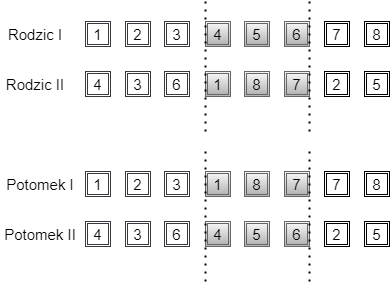
KamilLetowski/mgr keeps this draw.io diagram as grafika/krzyzowanie1.png. Above is the earlier version. Source tidied: cells renumbered, new cells last; positions are measured from the earlier drawing's top-left corner, leaving out a move shared by most shapes.
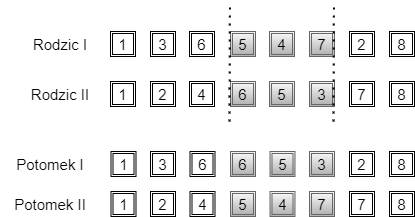
The same file after the commit.

Change to the diagram source:
```diff
@@ -5,134 +5,128 @@
     <mxCell id="2" value="&lt;span style=&quot;font-size: 15px&quot;&gt;8&lt;/span&gt;" style="shape=ext;double=1;rounded=0;whiteSpace=wrap;html=1;" parent="1" vertex="1">
       <mxGeometry x="364" y="20" width="25" height="25" as="geometry" />
     </mxCell>
-    <mxCell id="3" value="&lt;span style=&quot;font-size: 15px&quot;&gt;7&lt;/span&gt;" style="shape=ext;double=1;rounded=0;whiteSpace=wrap;html=1;" parent="1" vertex="1">
-      <mxGeometry x="324" y="20" width="25" height="25" as="geometry" />
-    </mxCell>
-    <mxCell id="4" value="&lt;span style=&quot;font-size: 15px&quot;&gt;1&lt;/span&gt;" style="shape=ext;double=1;rounded=0;whiteSpace=wrap;html=1;strokeColor=#36393d;fillColor=#FFFFFF;" parent="1" vertex="1">
-      <mxGeometry x="85" y="20" width="25" height="25" as="geometry" />
-    </mxCell>
-    <mxCell id="5" value="&lt;span style=&quot;font-size: 15px&quot;&gt;2&lt;/span&gt;" style="shape=ext;double=1;rounded=0;whiteSpace=wrap;html=1;strokeColor=#36393d;fillColor=#FFFFFF;" parent="1" vertex="1">
-      <mxGeometry x="125" y="20" width="25" height="25" as="geometry" />
-    </mxCell>
-    <mxCell id="6" value="&lt;span style=&quot;font-size: 15px&quot;&gt;3&lt;/span&gt;" style="shape=ext;double=1;rounded=0;whiteSpace=wrap;html=1;strokeColor=#36393d;fillColor=#FFFFFF;" parent="1" vertex="1">
-      <mxGeometry x="164" y="20" width="25" height="25" as="geometry" />
-    </mxCell>
-    <mxCell id="7" value="&lt;span style=&quot;font-size: 15px&quot;&gt;4&lt;/span&gt;" style="shape=ext;double=1;rounded=0;whiteSpace=wrap;html=1;strokeColor=#666666;fillColor=#f5f5f5;gradientColor=#b3b3b3;" parent="1" vertex="1">
-      <mxGeometry x="205" y="20" width="25" height="25" as="geometry" />
-    </mxCell>
-    <mxCell id="8" value="&lt;span style=&quot;font-size: 15px&quot;&gt;5&lt;/span&gt;" style="shape=ext;double=1;rounded=0;whiteSpace=wrap;html=1;strokeColor=#666666;fillColor=#f5f5f5;gradientColor=#b3b3b3;" parent="1" vertex="1">
-      <mxGeometry x="244" y="20" width="25" height="25" as="geometry" />
-    </mxCell>
-    <mxCell id="9" value="&lt;span style=&quot;font-size: 15px&quot;&gt;6&lt;/span&gt;" style="shape=ext;double=1;rounded=0;whiteSpace=wrap;html=1;strokeColor=#666666;fillColor=#f5f5f5;gradientColor=#b3b3b3;" parent="1" vertex="1">
-      <mxGeometry x="284" y="20" width="25" height="25" as="geometry" />
-    </mxCell>
-    <mxCell id="10" value="&lt;span style=&quot;font-size: 15px&quot;&gt;5&lt;/span&gt;" style="shape=ext;double=1;rounded=0;whiteSpace=wrap;html=1;" parent="1" vertex="1">
-      <mxGeometry x="364" y="70" width="25" height="25" as="geometry" />
-    </mxCell>
-    <mxCell id="11" value="&lt;span style=&quot;font-size: 15px&quot;&gt;2&lt;/span&gt;" style="shape=ext;double=1;rounded=0;whiteSpace=wrap;html=1;" parent="1" vertex="1">
-      <mxGeometry x="324" y="70" width="25" height="25" as="geometry" />
-    </mxCell>
-    <mxCell id="12" value="&lt;span style=&quot;font-size: 15px&quot;&gt;4&lt;/span&gt;" style="shape=ext;double=1;rounded=0;whiteSpace=wrap;html=1;strokeColor=#36393d;fillColor=#FFFFFF;" parent="1" vertex="1">
-      <mxGeometry x="85" y="70" width="25" height="25" as="geometry" />
-    </mxCell>
-    <mxCell id="13" value="&lt;span style=&quot;font-size: 15px&quot;&gt;3&lt;/span&gt;" style="shape=ext;double=1;rounded=0;whiteSpace=wrap;html=1;strokeColor=#36393d;fillColor=#FFFFFF;" parent="1" vertex="1">
-      <mxGeometry x="125" y="70" width="25" height="25" as="geometry" />
-    </mxCell>
-    <mxCell id="14" value="&lt;span style=&quot;font-size: 15px&quot;&gt;6&lt;/span&gt;" style="shape=ext;double=1;rounded=0;whiteSpace=wrap;html=1;strokeColor=#36393d;fillColor=#FFFFFF;" parent="1" vertex="1">
-      <mxGeometry x="164" y="70" width="25" height="25" as="geometry" />
-    </mxCell>
-    <mxCell id="15" value="&lt;span style=&quot;font-size: 15px&quot;&gt;1&lt;/span&gt;" style="shape=ext;double=1;rounded=0;whiteSpace=wrap;html=1;strokeColor=#666666;fillColor=#f5f5f5;gradientColor=#b3b3b3;" parent="1" vertex="1">
-      <mxGeometry x="205" y="70" width="25" height="25" as="geometry" />
-    </mxCell>
-    <mxCell id="16" value="&lt;span style=&quot;font-size: 15px&quot;&gt;8&lt;/span&gt;" style="shape=ext;double=1;rounded=0;whiteSpace=wrap;html=1;strokeColor=#666666;fillColor=#f5f5f5;gradientColor=#b3b3b3;" parent="1" vertex="1">
-      <mxGeometry x="244" y="70" width="25" height="25" as="geometry" />
-    </mxCell>
-    <mxCell id="17" value="&lt;span style=&quot;font-size: 15px&quot;&gt;7&lt;/span&gt;" style="shape=ext;double=1;rounded=0;whiteSpace=wrap;html=1;strokeColor=#666666;fillColor=#f5f5f5;gradientColor=#b3b3b3;" parent="1" vertex="1">
-      <mxGeometry x="284" y="70" width="25" height="25" as="geometry" />
-    </mxCell>
-    <mxCell id="18" style="endArrow=none;dashed=1;html=1;dashPattern=1 3;strokeWidth=2;" parent="1" edge="1">
-      <mxGeometry relative="1" as="geometry">
-        <mxPoint x="205" y="130" as="sourcePoint" />
-        <mxPoint x="205" as="targetPoint" />
-      </mxGeometry>
-    </mxCell>
-    <mxCell id="19" style="endArrow=none;dashed=1;html=1;dashPattern=1 3;strokeWidth=2;" parent="1" edge="1">
-      <mxGeometry relative="1" as="geometry">
-        <mxPoint x="309" y="130" as="sourcePoint" />
-        <mxPoint x="309" as="targetPoint" />
-      </mxGeometry>
-    </mxCell>
+    <mxCell id="42" value="&lt;span style=&quot;font-size: 15px&quot;&gt;2&lt;/span&gt;" style="shape=ext;double=1;rounded=0;whiteSpace=wrap;html=1;" parent="1" vertex="1">
+      <mxGeometry x="324" y="20" width="25" height="25" as="geometry" />
+    </mxCell>
+    <mxCell id="43" value="&lt;span style=&quot;font-size: 15px&quot;&gt;1&lt;/span&gt;" style="shape=ext;double=1;rounded=0;whiteSpace=wrap;html=1;fillColor=none;" parent="1" vertex="1">
+      <mxGeometry x="85" y="20" width="25" height="25" as="geometry" />
+    </mxCell>
+    <mxCell id="44" value="&lt;span style=&quot;font-size: 15px&quot;&gt;3&lt;/span&gt;" style="shape=ext;double=1;rounded=0;whiteSpace=wrap;html=1;" parent="1" vertex="1">
+      <mxGeometry x="125" y="20" width="25" height="25" as="geometry" />
+    </mxCell>
+    <mxCell id="45" value="&lt;span style=&quot;font-size: 15px&quot;&gt;6&lt;/span&gt;" style="shape=ext;double=1;rounded=0;whiteSpace=wrap;html=1;" parent="1" vertex="1">
+      <mxGeometry x="164" y="20" width="25" height="25" as="geometry" />
+    </mxCell>
+    <mxCell id="46" value="&lt;span style=&quot;font-size: 15px&quot;&gt;5&lt;/span&gt;" style="shape=ext;double=1;rounded=0;whiteSpace=wrap;html=1;gradientColor=#b3b3b3;fillColor=#f5f5f5;strokeColor=#666666;" parent="1" vertex="1">
+      <mxGeometry x="205" y="20" width="25" height="25" as="geometry" />
+    </mxCell>
+    <mxCell id="47" value="&lt;span style=&quot;font-size: 15px&quot;&gt;4&lt;/span&gt;" style="shape=ext;double=1;rounded=0;whiteSpace=wrap;html=1;gradientColor=#b3b3b3;fillColor=#f5f5f5;strokeColor=#666666;" parent="1" vertex="1">
+      <mxGeometry x="244" y="20" width="25" height="25" as="geometry" />
+    </mxCell>
+    <mxCell id="48" value="&lt;span style=&quot;font-size: 15px&quot;&gt;8&lt;/span&gt;" style="shape=ext;double=1;rounded=0;whiteSpace=wrap;html=1;" parent="1" vertex="1">
+      <mxGeometry x="364" y="70" width="25" height="25" as="geometry" />
+    </mxCell>
+    <mxCell id="49" value="&lt;span style=&quot;font-size: 15px&quot;&gt;7&lt;/span&gt;" style="shape=ext;double=1;rounded=0;whiteSpace=wrap;html=1;" parent="1" vertex="1">
+      <mxGeometry x="324" y="70" width="25" height="25" as="geometry" />
+    </mxCell>
+    <mxCell id="50" value="&lt;span style=&quot;font-size: 15px&quot;&gt;1&lt;/span&gt;" style="shape=ext;double=1;rounded=0;whiteSpace=wrap;html=1;" parent="1" vertex="1">
+      <mxGeometry x="85" y="70" width="25" height="25" as="geometry" />
+    </mxCell>
+    <mxCell id="51" value="&lt;span style=&quot;font-size: 15px&quot;&gt;2&lt;/span&gt;" style="shape=ext;double=1;rounded=0;whiteSpace=wrap;html=1;strokeColor=#36393d;fillColor=#FFFFFF;" parent="1" vertex="1">
+      <mxGeometry x="125" y="70" width="25" height="25" as="geometry" />
+    </mxCell>
+    <mxCell id="52" value="&lt;span style=&quot;font-size: 15px&quot;&gt;4&lt;/span&gt;" style="shape=ext;double=1;rounded=0;whiteSpace=wrap;html=1;" parent="1" vertex="1">
+      <mxGeometry x="164" y="70" width="25" height="25" as="geometry" />
+    </mxCell>
+    <mxCell id="53" value="&lt;span style=&quot;font-size: 15px&quot;&gt;6&lt;/span&gt;" style="shape=ext;double=1;rounded=0;whiteSpace=wrap;html=1;gradientColor=#b3b3b3;fillColor=#f5f5f5;strokeColor=#666666;" parent="1" vertex="1">
+      <mxGeometry x="205" y="70" width="25" height="25" as="geometry" />
+    </mxCell>
+    <mxCell id="54" value="&lt;span style=&quot;font-size: 15px&quot;&gt;5&lt;/span&gt;" style="shape=ext;double=1;rounded=0;whiteSpace=wrap;html=1;gradientColor=#b3b3b3;fillColor=#f5f5f5;strokeColor=#666666;" parent="1" vertex="1">
+      <mxGeometry x="244" y="70" width="25" height="25" as="geometry" />
+    </mxCell>
+    <mxCell id="55" value="&lt;span style=&quot;font-size: 15px&quot;&gt;3&lt;/span&gt;" style="shape=ext;double=1;rounded=0;whiteSpace=wrap;html=1;" parent="1" vertex="1">
+      <mxGeometry x="284" y="70" width="25" height="25" as="geometry" />
+    </mxCell>
     <mxCell id="20" value="&lt;font style=&quot;font-size: 15px&quot;&gt;Rodzic I&lt;/font&gt;" style="text;html=1;strokeColor=none;fillColor=none;align=center;verticalAlign=middle;whiteSpace=wrap;rounded=0;" parent="1" vertex="1">
       <mxGeometry y="22.5" width="70" height="20" as="geometry" />
     </mxCell>
     <mxCell id="21" value="&lt;font style=&quot;font-size: 15px&quot;&gt;Rodzic II&lt;/font&gt;" style="text;html=1;strokeColor=none;fillColor=none;align=center;verticalAlign=middle;whiteSpace=wrap;rounded=0;" parent="1" vertex="1">
       <mxGeometry y="72.5" width="70" height="20" as="geometry" />
     </mxCell>
-    <mxCell id="22" value="&lt;span style=&quot;font-size: 15px&quot;&gt;8&lt;/span&gt;" style="shape=ext;double=1;rounded=0;whiteSpace=wrap;html=1;" parent="1" vertex="1">
-      <mxGeometry x="364" y="170" width="25" height="25" as="geometry" />
-    </mxCell>
-    <mxCell id="23" value="&lt;span style=&quot;font-size: 15px&quot;&gt;7&lt;/span&gt;" style="shape=ext;double=1;rounded=0;whiteSpace=wrap;html=1;" parent="1" vertex="1">
-      <mxGeometry x="324" y="170" width="25" height="25" as="geometry" />
-    </mxCell>
-    <mxCell id="24" value="&lt;span style=&quot;font-size: 15px&quot;&gt;1&lt;/span&gt;" style="shape=ext;double=1;rounded=0;whiteSpace=wrap;html=1;strokeColor=#36393d;fillColor=#FFFFFF;" parent="1" vertex="1">
-      <mxGeometry x="85" y="170" width="25" height="25" as="geometry" />
-    </mxCell>
-    <mxCell id="25" value="&lt;span style=&quot;font-size: 15px&quot;&gt;2&lt;/span&gt;" style="shape=ext;double=1;rounded=0;whiteSpace=wrap;html=1;strokeColor=#36393d;fillColor=#FFFFFF;" parent="1" vertex="1">
-      <mxGeometry x="125" y="170" width="25" height="25" as="geometry" />
-    </mxCell>
-    <mxCell id="26" value="&lt;span style=&quot;font-size: 15px&quot;&gt;3&lt;/span&gt;" style="shape=ext;double=1;rounded=0;whiteSpace=wrap;html=1;strokeColor=#36393d;fillColor=#FFFFFF;" parent="1" vertex="1">
-      <mxGeometry x="164" y="170" width="25" height="25" as="geometry" />
-    </mxCell>
-    <mxCell id="27" value="&lt;span style=&quot;font-size: 15px&quot;&gt;1&lt;/span&gt;" style="shape=ext;double=1;rounded=0;whiteSpace=wrap;html=1;strokeColor=#666666;fillColor=#f5f5f5;gradientColor=#b3b3b3;" parent="1" vertex="1">
-      <mxGeometry x="205" y="170" width="25" height="25" as="geometry" />
-    </mxCell>
-    <mxCell id="28" value="&lt;span style=&quot;font-size: 15px&quot;&gt;8&lt;/span&gt;" style="shape=ext;double=1;rounded=0;whiteSpace=wrap;html=1;strokeColor=#666666;fillColor=#f5f5f5;gradientColor=#b3b3b3;" parent="1" vertex="1">
-      <mxGeometry x="244" y="170" width="25" height="25" as="geometry" />
-    </mxCell>
-    <mxCell id="29" value="&lt;span style=&quot;font-size: 15px&quot;&gt;7&lt;/span&gt;" style="shape=ext;double=1;rounded=0;whiteSpace=wrap;html=1;strokeColor=#666666;fillColor=#f5f5f5;gradientColor=#b3b3b3;" parent="1" vertex="1">
-      <mxGeometry x="284" y="170" width="25" height="25" as="geometry" />
-    </mxCell>
-    <mxCell id="30" value="&lt;span style=&quot;font-size: 15px&quot;&gt;5&lt;/span&gt;" style="shape=ext;double=1;rounded=0;whiteSpace=wrap;html=1;" parent="1" vertex="1">
-      <mxGeometry x="364" y="220" width="25" height="25" as="geometry" />
-    </mxCell>
-    <mxCell id="31" value="&lt;span style=&quot;font-size: 15px&quot;&gt;2&lt;/span&gt;" style="shape=ext;double=1;rounded=0;whiteSpace=wrap;html=1;" parent="1" vertex="1">
-      <mxGeometry x="324" y="220" width="25" height="25" as="geometry" />
-    </mxCell>
-    <mxCell id="32" value="&lt;span style=&quot;font-size: 15px&quot;&gt;4&lt;/span&gt;" style="shape=ext;double=1;rounded=0;whiteSpace=wrap;html=1;strokeColor=#36393d;fillColor=#FFFFFF;" parent="1" vertex="1">
-      <mxGeometry x="85" y="220" width="25" height="25" as="geometry" />
-    </mxCell>
-    <mxCell id="33" value="&lt;span style=&quot;font-size: 15px&quot;&gt;3&lt;/span&gt;" style="shape=ext;double=1;rounded=0;whiteSpace=wrap;html=1;strokeColor=#36393d;fillColor=#FFFFFF;" parent="1" vertex="1">
-      <mxGeometry x="125" y="220" width="25" height="25" as="geometry" />
-    </mxCell>
-    <mxCell id="34" value="&lt;span style=&quot;font-size: 15px&quot;&gt;6&lt;/span&gt;" style="shape=ext;double=1;rounded=0;whiteSpace=wrap;html=1;strokeColor=#36393d;fillColor=#FFFFFF;" parent="1" vertex="1">
-      <mxGeometry x="164" y="220" width="25" height="25" as="geometry" />
-    </mxCell>
-    <mxCell id="35" value="&lt;span style=&quot;font-size: 15px&quot;&gt;4&lt;/span&gt;" style="shape=ext;double=1;rounded=0;whiteSpace=wrap;html=1;strokeColor=#666666;fillColor=#f5f5f5;gradientColor=#b3b3b3;" parent="1" vertex="1">
-      <mxGeometry x="205" y="220" width="25" height="25" as="geometry" />
-    </mxCell>
-    <mxCell id="36" value="&lt;span style=&quot;font-size: 15px&quot;&gt;5&lt;/span&gt;" style="shape=ext;double=1;rounded=0;whiteSpace=wrap;html=1;strokeColor=#666666;fillColor=#f5f5f5;gradientColor=#b3b3b3;" parent="1" vertex="1">
-      <mxGeometry x="244" y="220" width="25" height="25" as="geometry" />
-    </mxCell>
-    <mxCell id="37" value="&lt;span style=&quot;font-size: 15px&quot;&gt;6&lt;/span&gt;" style="shape=ext;double=1;rounded=0;whiteSpace=wrap;html=1;strokeColor=#666666;fillColor=#f5f5f5;gradientColor=#b3b3b3;" parent="1" vertex="1">
-      <mxGeometry x="284" y="220" width="25" height="25" as="geometry" />
-    </mxCell>
-    <mxCell id="38" style="endArrow=none;dashed=1;html=1;dashPattern=1 3;strokeWidth=2;" parent="1" edge="1">
-      <mxGeometry relative="1" as="geometry">
-        <mxPoint x="205" y="280" as="sourcePoint" />
-        <mxPoint x="205" y="150" as="targetPoint" />
-      </mxGeometry>
-    </mxCell>
-    <mxCell id="39" style="endArrow=none;dashed=1;html=1;dashPattern=1 3;strokeWidth=2;" parent="1" edge="1">
-      <mxGeometry relative="1" as="geometry">
-        <mxPoint x="309" y="280" as="sourcePoint" />
-        <mxPoint x="309" y="150" as="targetPoint" />
-      </mxGeometry>
-    </mxCell>
+    <mxCell id="56" value="&lt;span style=&quot;font-size: 15px&quot;&gt;2&lt;/span&gt;" style="shape=ext;double=1;rounded=0;whiteSpace=wrap;html=1;" parent="1" vertex="1">
+      <mxGeometry x="125" y="70" width="25" height="25" as="geometry" />
+    </mxCell>
+    <mxCell id="57" value="&lt;span style=&quot;font-size: 15px&quot;&gt;3&lt;/span&gt;" style="shape=ext;double=1;rounded=0;whiteSpace=wrap;html=1;gradientColor=#b3b3b3;fillColor=#f5f5f5;strokeColor=#666666;" parent="1" vertex="1">
+      <mxGeometry x="284" y="70" width="25" height="25" as="geometry" />
+    </mxCell>
+    <mxCell id="58" value="&lt;span style=&quot;font-size: 15px&quot;&gt;7&lt;/span&gt;" style="shape=ext;double=1;rounded=0;whiteSpace=wrap;html=1;gradientColor=#b3b3b3;fillColor=#f5f5f5;strokeColor=#666666;" parent="1" vertex="1">
+      <mxGeometry x="284" y="20" width="25" height="25" as="geometry" />
+    </mxCell>
+    <mxCell id="59" style="endArrow=none;dashed=1;html=1;dashPattern=1 3;strokeWidth=2;" parent="1" edge="1">
+      <mxGeometry relative="1" as="geometry">
+        <mxPoint x="204" y="110" as="sourcePoint" />
+        <mxPoint x="204.4" y="-10" as="targetPoint" />
+      </mxGeometry>
+    </mxCell>
+    <mxCell id="60" style="endArrow=none;dashed=1;html=1;dashPattern=1 3;strokeWidth=2;" parent="1" edge="1">
+      <mxGeometry relative="1" as="geometry">
+        <mxPoint x="308" y="110" as="sourcePoint" />
+        <mxPoint x="308.4" y="-10" as="targetPoint" />
+      </mxGeometry>
+    </mxCell>
+    <mxCell id="61" value="&lt;span style=&quot;font-size: 15px&quot;&gt;2&lt;/span&gt;" style="shape=ext;double=1;rounded=0;whiteSpace=wrap;html=1;" parent="1" vertex="1">
+      <mxGeometry x="324" y="140" width="25" height="25" as="geometry" />
+    </mxCell>
+    <mxCell id="62" value="&lt;span style=&quot;font-size: 15px&quot;&gt;3&lt;/span&gt;" style="shape=ext;double=1;rounded=0;whiteSpace=wrap;html=1;" parent="1" vertex="1">
+      <mxGeometry x="125" y="140" width="25" height="25" as="geometry" />
+    </mxCell>
+    <mxCell id="63" value="&lt;span style=&quot;font-size: 15px&quot;&gt;3&lt;/span&gt;" style="shape=ext;double=1;rounded=0;whiteSpace=wrap;html=1;gradientColor=#b3b3b3;fillColor=#f5f5f5;strokeColor=#666666;" parent="1" vertex="1">
+      <mxGeometry x="284" y="140" width="25" height="25" as="geometry" />
+    </mxCell>
+    <mxCell id="64" value="&lt;span style=&quot;font-size: 15px&quot;&gt;6&lt;/span&gt;" style="shape=ext;double=1;rounded=0;whiteSpace=wrap;html=1;gradientColor=#b3b3b3;fillColor=#f5f5f5;strokeColor=#666666;" parent="1" vertex="1">
+      <mxGeometry x="205" y="140" width="25" height="25" as="geometry" />
+    </mxCell>
+    <mxCell id="65" value="&lt;span style=&quot;font-size: 15px&quot;&gt;8&lt;/span&gt;" style="shape=ext;double=1;rounded=0;whiteSpace=wrap;html=1;" parent="1" vertex="1">
+      <mxGeometry x="364" y="140" width="25" height="25" as="geometry" />
+    </mxCell>
+    <mxCell id="66" value="&lt;span style=&quot;font-size: 15px&quot;&gt;1&lt;/span&gt;" style="shape=ext;double=1;rounded=0;whiteSpace=wrap;html=1;" parent="1" vertex="1">
+      <mxGeometry x="85.5" y="140" width="25" height="25" as="geometry" />
+    </mxCell>
     <mxCell id="40" value="&lt;font style=&quot;font-size: 15px&quot;&gt;Potomek I&lt;/font&gt;" style="text;html=1;strokeColor=none;fillColor=none;align=center;verticalAlign=middle;whiteSpace=wrap;rounded=0;" parent="1" vertex="1">
-      <mxGeometry x="5" y="172.5" width="70" height="20" as="geometry" />
+      <mxGeometry x="-25" y="142.5" width="100" height="20" as="geometry" />
     </mxCell>
+    <mxCell id="67" value="&lt;span style=&quot;font-size: 15px&quot;&gt;6&lt;/span&gt;" style="shape=ext;double=1;rounded=0;whiteSpace=wrap;html=1;" parent="1" vertex="1">
+      <mxGeometry x="164.5" y="140" width="25" height="25" as="geometry" />
+    </mxCell>
+    <mxCell id="68" value="&lt;span style=&quot;font-size: 15px&quot;&gt;5&lt;/span&gt;" style="shape=ext;double=1;rounded=0;whiteSpace=wrap;html=1;gradientColor=#b3b3b3;fillColor=#f5f5f5;strokeColor=#666666;" parent="1" vertex="1">
+      <mxGeometry x="244.5" y="140" width="25" height="25" as="geometry" />
+    </mxCell>
+    <mxCell id="69" value="&lt;span style=&quot;font-size: 15px&quot;&gt;7&lt;/span&gt;" style="shape=ext;double=1;rounded=0;whiteSpace=wrap;html=1;" parent="1" vertex="1">
+      <mxGeometry x="324" y="180" width="25" height="25" as="geometry" />
+    </mxCell>
+    <mxCell id="70" value="&lt;span style=&quot;font-size: 15px&quot;&gt;2&lt;/span&gt;" style="shape=ext;double=1;rounded=0;whiteSpace=wrap;html=1;" parent="1" vertex="1">
+      <mxGeometry x="125" y="180" width="25" height="25" as="geometry" />
+    </mxCell>
+    <mxCell id="71" value="&lt;span style=&quot;font-size: 15px&quot;&gt;7&lt;/span&gt;" style="shape=ext;double=1;rounded=0;whiteSpace=wrap;html=1;gradientColor=#b3b3b3;fillColor=#f5f5f5;strokeColor=#666666;" parent="1" vertex="1">
+      <mxGeometry x="284" y="180" width="25" height="25" as="geometry" />
+    </mxCell>
+    <mxCell id="72" value="&lt;span style=&quot;font-size: 15px&quot;&gt;5&lt;/span&gt;" style="shape=ext;double=1;rounded=0;whiteSpace=wrap;html=1;gradientColor=#b3b3b3;fillColor=#f5f5f5;strokeColor=#666666;" parent="1" vertex="1">
+      <mxGeometry x="205" y="180" width="25" height="25" as="geometry" />
+    </mxCell>
+    <mxCell id="73" value="&lt;span style=&quot;font-size: 15px&quot;&gt;8&lt;/span&gt;" style="shape=ext;double=1;rounded=0;whiteSpace=wrap;html=1;" parent="1" vertex="1">
+      <mxGeometry x="364" y="180" width="25" height="25" as="geometry" />
+    </mxCell>
+    <mxCell id="74" value="&lt;span style=&quot;font-size: 15px&quot;&gt;1&lt;/span&gt;" style="shape=ext;double=1;rounded=0;whiteSpace=wrap;html=1;" parent="1" vertex="1">
+      <mxGeometry x="85.5" y="180" width="25" height="25" as="geometry" />
+    </mxCell>
     <mxCell id="41" value="&lt;font style=&quot;font-size: 15px&quot;&gt;Potomek II&lt;/font&gt;" style="text;html=1;strokeColor=none;fillColor=none;align=center;verticalAlign=middle;whiteSpace=wrap;rounded=0;" parent="1" vertex="1">
-      <mxGeometry y="222.5" width="80" height="20" as="geometry" />
+      <mxGeometry x="-25" y="182.5" width="100" height="20" as="geometry" />
     </mxCell>
+    <mxCell id="75" value="&lt;span style=&quot;font-size: 15px&quot;&gt;4&lt;/span&gt;" style="shape=ext;double=1;rounded=0;whiteSpace=wrap;html=1;" parent="1" vertex="1">
+      <mxGeometry x="164.5" y="180" width="25" height="25" as="geometry" />
+    </mxCell>
+    <mxCell id="76" value="&lt;span style=&quot;font-size: 15px&quot;&gt;4&lt;/span&gt;" style="shape=ext;double=1;rounded=0;whiteSpace=wrap;html=1;gradientColor=#b3b3b3;fillColor=#f5f5f5;strokeColor=#666666;" parent="1" vertex="1">
+      <mxGeometry x="244.5" y="180" width="25" height="25" as="geometry" />
+    </mxCell>
   </root>
 </mxGraphModel>
```
